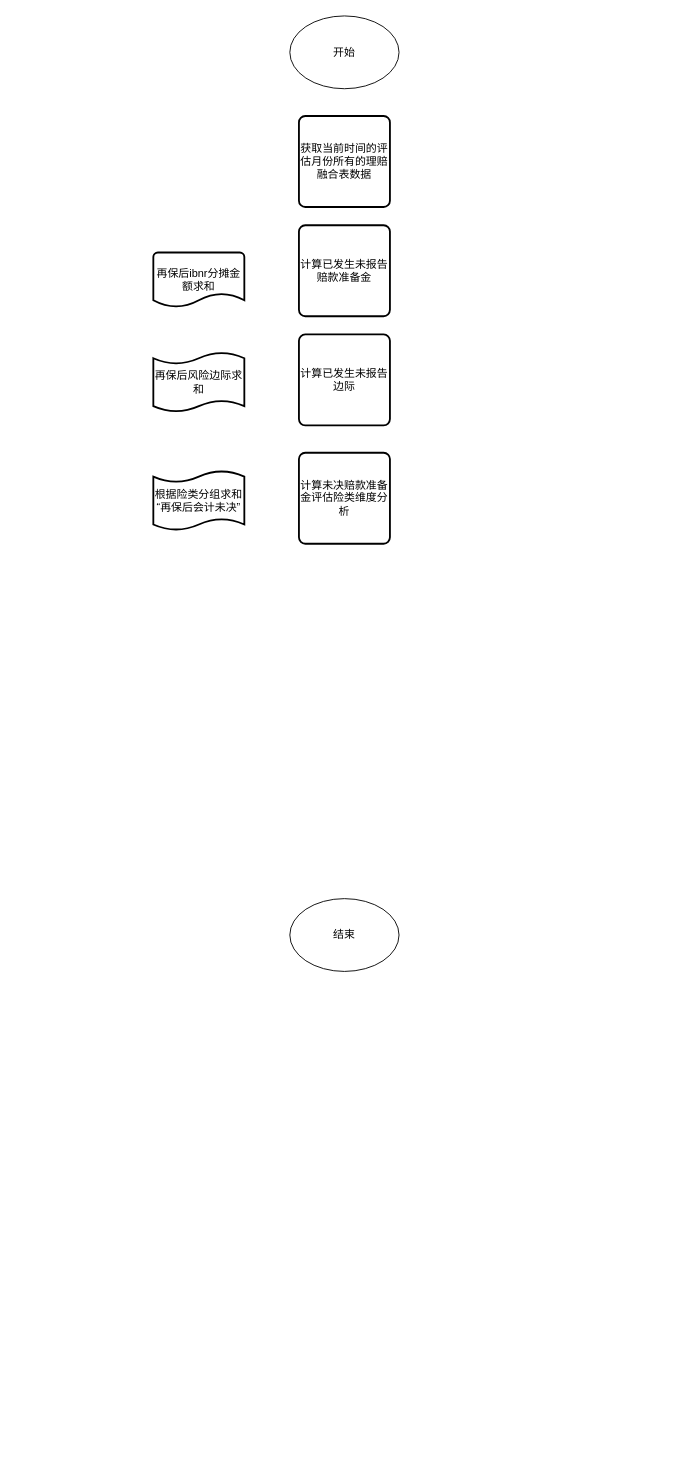
Before: 未命名绘图.drawio in zp17762835004/e-commerce, a draw.io diagram. Source tidied: cells renumbered, new cells numbered last; positions are measured from the earlier drawing's top-left corner, leaving out a move shared by most shapes. Both pictures are drawn from the tidied source at 91%, with x=0, y=0 at pixel (153, 15).
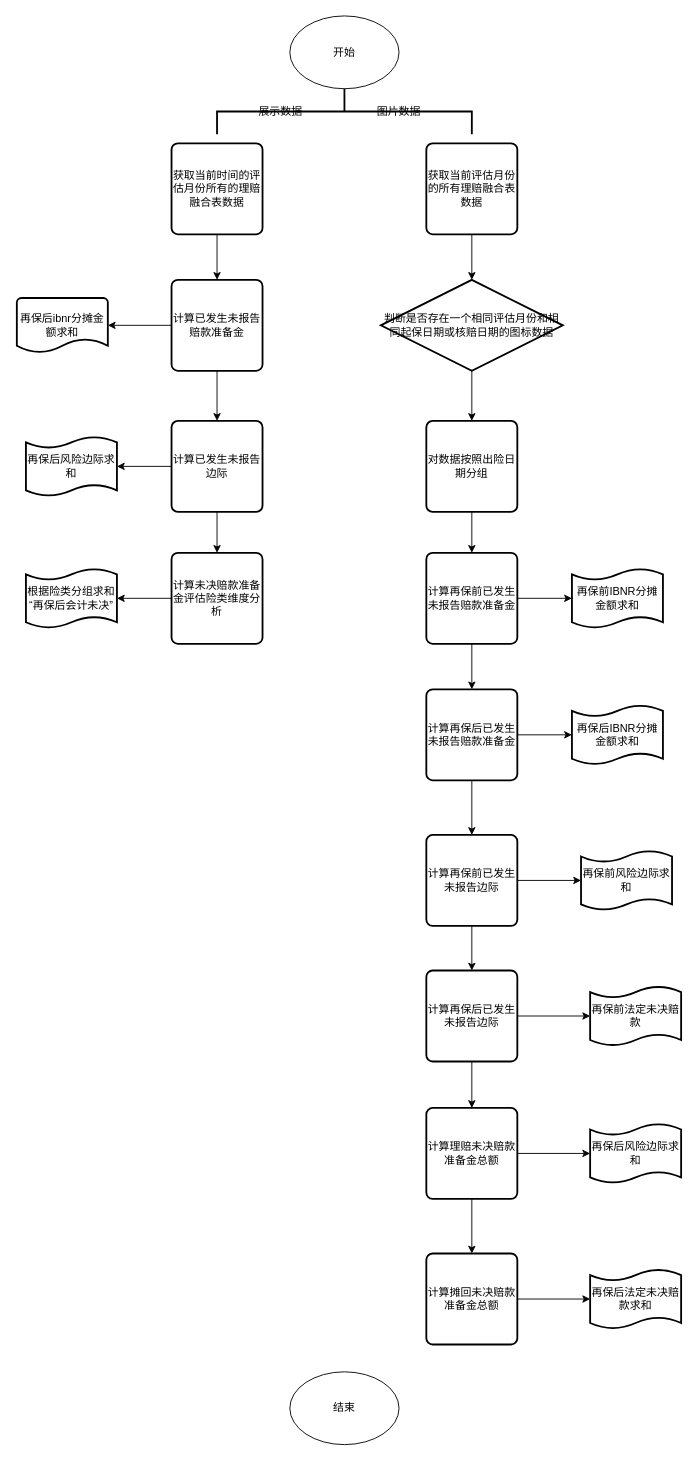
Above is the later version.

Commit message:
首页数据计算逻辑.drawio

What changed in the source:
```diff
@@
     <mxCell id="3" value="结束" style="ellipse;whiteSpace=wrap;html=1;" parent="1" vertex="1">
-      <mxGeometry x="150" y="970" width="120" height="80" as="geometry" />
+      <mxGeometry x="150" y="1490" width="120" height="80" as="geometry" />
     </mxCell>
+    <mxCell id="11" style="edgeStyle=orthogonalEdgeStyle;rounded=0;jettySize=auto;html=1;" parent="1" edge="1" source="4" target="5">
+      <mxGeometry relative="1" as="geometry" />
+    </mxCell>
     <mxCell id="4" value="获取当前时间的评估月份所有的理赔融合表数据" style="rounded=1;whiteSpace=wrap;html=1;absoluteArcSize=1;arcSize=14;strokeWidth=2;" parent="1" vertex="1">
-      <mxGeometry x="160" y="110" width="100" height="100" as="geometry" />
+      <mxGeometry x="20" y="140" width="100" height="100" as="geometry" />
     </mxCell>
+    <mxCell id="12" style="edgeStyle=orthogonalEdgeStyle;rounded=0;jettySize=auto;html=1;" parent="1" edge="1" source="5" target="7">
+      <mxGeometry relative="1" as="geometry" />
+    </mxCell>
+    <mxCell id="13" style="edgeStyle=orthogonalEdgeStyle;rounded=0;jettySize=auto;html=1;" parent="1" edge="1" source="5" target="6">
+      <mxGeometry relative="1" as="geometry" />
+    </mxCell>
     <mxCell id="5" value="计算已发生未报告赔款准备金" style="rounded=1;whiteSpace=wrap;html=1;absoluteArcSize=1;arcSize=14;strokeWidth=2;" parent="1" vertex="1">
-      <mxGeometry x="160" y="230" width="100" height="100" as="geometry" />
+      <mxGeometry x="20" y="290" width="100" height="100" as="geometry" />
     </mxCell>
     <mxCell id="6" value="再保后ibnr分摊金额求和" style="strokeWidth=2;html=1;shape=mxgraph.flowchart.document2;whiteSpace=wrap;size=0.25;" parent="1" vertex="1">
-      <mxGeometry y="260" width="100" height="60" as="geometry" />
+      <mxGeometry x="-150" y="310" width="100" height="60" as="geometry" />
     </mxCell>
+    <mxCell id="14" style="edgeStyle=orthogonalEdgeStyle;rounded=0;jettySize=auto;html=1;" parent="1" edge="1" source="7" target="8">
+      <mxGeometry relative="1" as="geometry" />
+    </mxCell>
+    <mxCell id="15" style="edgeStyle=orthogonalEdgeStyle;rounded=0;jettySize=auto;html=1;" parent="1" edge="1" source="7" target="9">
+      <mxGeometry relative="1" as="geometry" />
+    </mxCell>
     <mxCell id="7" value="计算已发生未报告边际" style="rounded=1;whiteSpace=wrap;html=1;absoluteArcSize=1;arcSize=14;strokeWidth=2;" parent="1" vertex="1">
-      <mxGeometry x="160" y="350" width="100" height="100" as="geometry" />
+      <mxGeometry x="20" y="445" width="100" height="100" as="geometry" />
     </mxCell>
     <mxCell id="8" value="再保后风险边际求和" style="shape=tape;whiteSpace=wrap;html=1;strokeWidth=2;size=0.19;" parent="1" vertex="1">
-      <mxGeometry y="370" width="100" height="65" as="geometry" />
+      <mxGeometry x="-140" y="462.5" width="100" height="65" as="geometry" />
     </mxCell>
+    <mxCell id="16" style="edgeStyle=orthogonalEdgeStyle;rounded=0;jettySize=auto;html=1;" parent="1" edge="1" source="9" target="10">
+      <mxGeometry relative="1" as="geometry" />
+    </mxCell>
     <mxCell id="9" value="计算未决赔款准备金评估险类维度分析" style="rounded=1;whiteSpace=wrap;html=1;absoluteArcSize=1;arcSize=14;strokeWidth=2;" parent="1" vertex="1">
-      <mxGeometry x="160" y="480" width="100" height="100" as="geometry" />
+      <mxGeometry x="20" y="590" width="100" height="100" as="geometry" />
     </mxCell>
     <mxCell id="10" value="根据险类分组求和“再保后会计未决”" style="shape=tape;whiteSpace=wrap;html=1;strokeWidth=2;size=0.19;" parent="1" vertex="1">
-      <mxGeometry y="500" width="100" height="65" as="geometry" />
+      <mxGeometry x="-140" y="607.5" width="100" height="65" as="geometry" />
     </mxCell>
+    <mxCell id="17" style="edgeStyle=orthogonalEdgeStyle;rounded=0;jettySize=auto;html=1;" parent="1" edge="1" source="18" target="21">
+      <mxGeometry relative="1" as="geometry" />
+    </mxCell>
+    <mxCell id="18" value="获取当前评估月份的所有理赔融合表数据" style="rounded=1;whiteSpace=wrap;html=1;absoluteArcSize=1;arcSize=14;strokeWidth=2;" parent="1" vertex="1">
+      <mxGeometry x="300" y="140" width="100" height="100" as="geometry" />
+    </mxCell>
+    <mxCell id="19" style="strokeWidth=2;html=1;shape=mxgraph.flowchart.annotation_2;align=left;labelPosition=right;direction=south;" parent="1" vertex="1">
+      <mxGeometry x="70" y="80" width="280" height="50" as="geometry" />
+    </mxCell>
+    <mxCell id="20" style="edgeStyle=orthogonalEdgeStyle;rounded=0;jettySize=auto;html=1;" parent="1" edge="1" source="21" target="25">
+      <mxGeometry relative="1" as="geometry" />
+    </mxCell>
+    <mxCell id="21" value="判断是否存在一个相同评估月份和相同起保日期或核赔日期的图标数据" style="strokeWidth=2;html=1;shape=mxgraph.flowchart.decision;whiteSpace=wrap;" parent="1" vertex="1">
+      <mxGeometry x="250" y="290" width="200" height="100" as="geometry" />
+    </mxCell>
+    <mxCell id="22" value="展示数据" style="text;strokeColor=none;align=center;fillColor=none;html=1;verticalAlign=middle;whiteSpace=wrap;rounded=0;" parent="1" vertex="1">
+      <mxGeometry x="110" y="90" width="60" height="30" as="geometry" />
+    </mxCell>
+    <mxCell id="23" value="图片数据" style="text;strokeColor=none;align=center;fillColor=none;html=1;verticalAlign=middle;whiteSpace=wrap;rounded=0;" parent="1" vertex="1">
+      <mxGeometry x="240" y="90" width="60" height="30" as="geometry" />
+    </mxCell>
+    <mxCell id="24" style="edgeStyle=orthogonalEdgeStyle;rounded=0;jettySize=auto;html=1;" parent="1" edge="1" source="25" target="28">
+      <mxGeometry relative="1" as="geometry" />
+    </mxCell>
+    <mxCell id="25" value="对数据按照出险日期分组" style="rounded=1;whiteSpace=wrap;html=1;absoluteArcSize=1;arcSize=14;strokeWidth=2;" parent="1" vertex="1">
+      <mxGeometry x="300" y="445" width="100" height="100" as="geometry" />
+    </mxCell>
+    <mxCell id="26" style="edgeStyle=orthogonalEdgeStyle;rounded=0;jettySize=auto;html=1;" parent="1" edge="1" source="28" target="29">
+      <mxGeometry relative="1" as="geometry" />
+    </mxCell>
+    <mxCell id="27" style="edgeStyle=orthogonalEdgeStyle;rounded=0;jettySize=auto;html=1;" parent="1" edge="1" source="28" target="32">
+      <mxGeometry relative="1" as="geometry" />
+    </mxCell>
+    <mxCell id="28" value="计算再保前已发生未报告赔款准备金" style="rounded=1;whiteSpace=wrap;html=1;absoluteArcSize=1;arcSize=14;strokeWidth=2;" parent="1" vertex="1">
+      <mxGeometry x="300" y="590" width="100" height="100" as="geometry" />
+    </mxCell>
+    <mxCell id="29" value="再保前IBNR分摊金额求和" style="shape=tape;whiteSpace=wrap;html=1;strokeWidth=2;size=0.19;" parent="1" vertex="1">
+      <mxGeometry x="460" y="607.5" width="100" height="65" as="geometry" />
+    </mxCell>
+    <mxCell id="30" style="edgeStyle=orthogonalEdgeStyle;rounded=0;jettySize=auto;html=1;" parent="1" edge="1" source="32" target="33">
+      <mxGeometry relative="1" as="geometry" />
+    </mxCell>
+    <mxCell id="31" style="edgeStyle=orthogonalEdgeStyle;rounded=0;jettySize=auto;html=1;" parent="1" edge="1" source="32" target="36">
+      <mxGeometry relative="1" as="geometry" />
+    </mxCell>
+    <mxCell id="32" value="计算再保后已发生未报告赔款准备金" style="rounded=1;whiteSpace=wrap;html=1;absoluteArcSize=1;arcSize=14;strokeWidth=2;" parent="1" vertex="1">
+      <mxGeometry x="300" y="740" width="100" height="100" as="geometry" />
+    </mxCell>
+    <mxCell id="33" value="再保后IBNR分摊金额求和" style="shape=tape;whiteSpace=wrap;html=1;strokeWidth=2;size=0.19;" parent="1" vertex="1">
+      <mxGeometry x="460" y="757.5" width="100" height="65" as="geometry" />
+    </mxCell>
+    <mxCell id="34" style="edgeStyle=orthogonalEdgeStyle;rounded=0;jettySize=auto;html=1;" parent="1" edge="1" source="36" target="37">
+      <mxGeometry relative="1" as="geometry" />
+    </mxCell>
+    <mxCell id="35" style="edgeStyle=orthogonalEdgeStyle;rounded=0;jettySize=auto;html=1;" parent="1" edge="1" source="36" target="40">
+      <mxGeometry relative="1" as="geometry" />
+    </mxCell>
+    <mxCell id="36" value="计算再保前已发生未报告边际" style="rounded=1;whiteSpace=wrap;html=1;absoluteArcSize=1;arcSize=14;strokeWidth=2;" parent="1" vertex="1">
+      <mxGeometry x="300" y="900" width="100" height="100" as="geometry" />
+    </mxCell>
+    <mxCell id="37" value="再保前风险边际求和" style="shape=tape;whiteSpace=wrap;html=1;strokeWidth=2;size=0.19;" parent="1" vertex="1">
+      <mxGeometry x="470" y="917.5" width="100" height="65" as="geometry" />
+    </mxCell>
+    <mxCell id="38" style="edgeStyle=orthogonalEdgeStyle;rounded=0;jettySize=auto;html=1;" parent="1" edge="1" source="40" target="41">
+      <mxGeometry relative="1" as="geometry" />
+    </mxCell>
+    <mxCell id="39" style="edgeStyle=orthogonalEdgeStyle;rounded=0;jettySize=auto;html=1;" parent="1" edge="1" source="40" target="44">
+      <mxGeometry relative="1" as="geometry" />
+    </mxCell>
+    <mxCell id="40" value="计算再保后已发生未报告边际" style="rounded=1;whiteSpace=wrap;html=1;absoluteArcSize=1;arcSize=14;strokeWidth=2;" parent="1" vertex="1">
+      <mxGeometry x="300" y="1049" width="100" height="100" as="geometry" />
+    </mxCell>
+    <mxCell id="41" value="再保前法定未决赔款" style="shape=tape;whiteSpace=wrap;html=1;strokeWidth=2;size=0.19;" parent="1" vertex="1">
+      <mxGeometry x="480" y="1066.5" width="100" height="65" as="geometry" />
+    </mxCell>
+    <mxCell id="42" style="edgeStyle=orthogonalEdgeStyle;rounded=0;jettySize=auto;html=1;" parent="1" edge="1" source="44" target="45">
+      <mxGeometry relative="1" as="geometry" />
+    </mxCell>
+    <mxCell id="43" style="edgeStyle=orthogonalEdgeStyle;rounded=0;jettySize=auto;html=1;" parent="1" edge="1" source="44" target="47">
+      <mxGeometry relative="1" as="geometry" />
+    </mxCell>
+    <mxCell id="44" value="计算理赔未决赔款准备金总额" style="rounded=1;whiteSpace=wrap;html=1;absoluteArcSize=1;arcSize=14;strokeWidth=2;" parent="1" vertex="1">
+      <mxGeometry x="300" y="1200" width="100" height="100" as="geometry" />
+    </mxCell>
+    <mxCell id="45" value="再保后风险边际求和" style="shape=tape;whiteSpace=wrap;html=1;strokeWidth=2;size=0.19;" parent="1" vertex="1">
+      <mxGeometry x="480" y="1217.5" width="100" height="65" as="geometry" />
+    </mxCell>
+    <mxCell id="46" style="edgeStyle=orthogonalEdgeStyle;rounded=0;jettySize=auto;html=1;" parent="1" edge="1" source="47" target="48">
+      <mxGeometry relative="1" as="geometry" />
+    </mxCell>
+    <mxCell id="47" value="计算摊回未决赔款准备金总额" style="rounded=1;whiteSpace=wrap;html=1;absoluteArcSize=1;arcSize=14;strokeWidth=2;" parent="1" vertex="1">
+      <mxGeometry x="300" y="1360" width="100" height="100" as="geometry" />
+    </mxCell>
+    <mxCell id="48" value="再保后法定未决赔款求和" style="shape=tape;whiteSpace=wrap;html=1;strokeWidth=2;size=0.19;" parent="1" vertex="1">
+      <mxGeometry x="480" y="1377.5" width="100" height="65" as="geometry" />
+    </mxCell>
```
